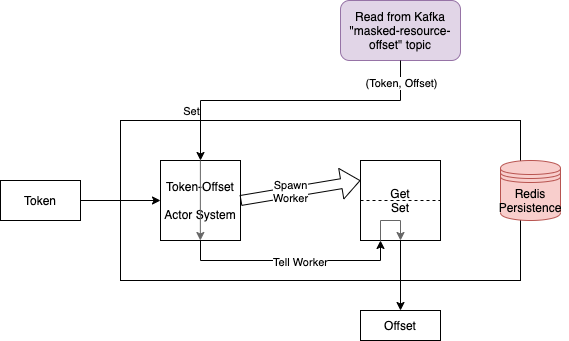
gchq/Palisade-services keeps this draw.io diagram as filtered-resource-service/doc/Filtered-Resource-Offset-Early-Client.png. Above is the earlier version. Source tidied: cells renumbered, new cells last; positions are measured from the earlier drawing's top-left corner, leaving out a move shared by most shapes.
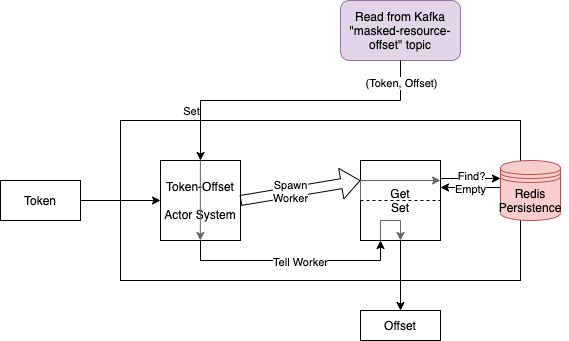
Above is the later version.

Diff of the diagram source:
```diff
@@ -37,7 +37,7 @@
     <mxCell id="8" value="(Token, Offset)" style="edgeLabel;html=1;align=center;verticalAlign=middle;" parent="7" vertex="1">
       <mxGeometry x="-0.83" relative="1" as="geometry" />
     </mxCell>
-    <mxCell id="9" value="&lt;p style=&quot;line-height: 120%&quot;&gt;Persist&lt;/p&gt;" style="edgeLabel;html=1;align=center;verticalAlign=middle;textOpacity=0;" parent="7" vertex="1">
+    <mxCell id="9" value="Persist" style="edgeLabel;html=1;align=center;verticalAlign=middle;textOpacity=0;" parent="7" vertex="1">
       <mxGeometry x="0.82" relative="1" as="geometry" />
     </mxCell>
     <mxCell id="10" value="Offset" style="rounded=0;whiteSpace=wrap;html=1;" parent="1" vertex="1">
@@ -62,7 +62,7 @@
         </Array>
       </mxGeometry>
     </mxCell>
-    <mxCell id="15" style="edgeStyle=orthogonalEdgeStyle;rounded=0;jumpStyle=none;orthogonalLoop=1;jettySize=auto;html=1;exitX=0;exitY=0.5;exitDx=0;exitDy=0;entryX=0.998;entryY=0.304;entryDx=0;entryDy=0;entryPerimeter=0;opacity=0;" parent="1" edge="1">
+    <mxCell id="15" style="edgeStyle=orthogonalEdgeStyle;rounded=0;jumpStyle=none;orthogonalLoop=1;jettySize=auto;html=1;exitX=0;exitY=0.5;exitDx=0;exitDy=0;entryX=0.998;entryY=0.304;entryDx=0;entryDy=0;entryPerimeter=0;" parent="1" edge="1">
       <mxGeometry x="180" y="150" as="geometry">
         <mxPoint x="500" y="190" as="sourcePoint" />
         <mxPoint x="440" y="187" as="targetPoint" />
@@ -72,17 +72,22 @@
         </Array>
       </mxGeometry>
     </mxCell>
+    <mxCell id="31" value="Empty" style="edgeLabel;html=1;align=center;verticalAlign=middle;" parent="15" vertex="1">
+      <mxGeometry relative="1" as="geometry">
+        <mxPoint x="-2" y="1" as="offset" />
+      </mxGeometry>
+    </mxCell>
     <mxCell id="16" value="&lt;div&gt;Redis&lt;/div&gt;&lt;div&gt;Persistence&lt;br&gt;&lt;/div&gt;" style="shape=datastore;whiteSpace=wrap;html=1;fillColor=#f8cecc;strokeColor=#b85450;" parent="1" vertex="1">
       <mxGeometry x="500" y="160" width="60" height="60" as="geometry" />
     </mxCell>
-    <mxCell id="17" style="edgeStyle=orthogonalEdgeStyle;rounded=0;jumpStyle=none;jettySize=auto;html=1;exitX=1;exitY=0.25;exitDx=0;exitDy=0;entryX=0;entryY=0.3;entryDx=0;entryDy=0;opacity=0;" parent="1" edge="1" source="3" target="16">
+    <mxCell id="17" style="edgeStyle=orthogonalEdgeStyle;rounded=0;jumpStyle=none;jettySize=auto;html=1;exitX=1;exitY=0.25;exitDx=0;exitDy=0;entryX=0;entryY=0.3;entryDx=0;entryDy=0;" parent="1" edge="1" source="3" target="16">
       <mxGeometry x="180" y="150" as="geometry">
         <Array as="points">
           <mxPoint x="440" y="178" />
         </Array>
       </mxGeometry>
     </mxCell>
-    <mxCell id="18" value="Find?" style="edgeLabel;html=1;align=center;verticalAlign=middle;textOpacity=0;" parent="17" vertex="1">
+    <mxCell id="18" value="Find?" style="edgeLabel;html=1;align=center;verticalAlign=middle;" parent="17" vertex="1">
       <mxGeometry x="-0.29" y="1" relative="1" as="geometry">
         <mxPoint x="10" y="-2" as="offset" />
       </mxGeometry>
@@ -135,7 +140,7 @@
         </Array>
       </mxGeometry>
     </mxCell>
-    <mxCell id="28" style="edgeStyle=orthogonalEdgeStyle;rounded=0;jumpStyle=gap;jumpSize=16;orthogonalLoop=1;jettySize=auto;html=1;exitX=0;exitY=0.5;exitDx=0;exitDy=0;entryX=1;entryY=0.25;entryDx=0;entryDy=0;fillColor=#f5f5f5;strokeColor=#666666;opacity=0;" parent="1" edge="1" source="3" target="3">
+    <mxCell id="28" style="edgeStyle=orthogonalEdgeStyle;rounded=0;jumpStyle=gap;jumpSize=16;orthogonalLoop=1;jettySize=auto;html=1;exitX=0;exitY=0.5;exitDx=0;exitDy=0;entryX=1;entryY=0.25;entryDx=0;entryDy=0;fillColor=#f5f5f5;strokeColor=#666666;" parent="1" edge="1" source="3" target="3">
       <mxGeometry x="180" y="200" as="geometry">
         <Array as="points">
           <mxPoint x="360" y="180" />
```
